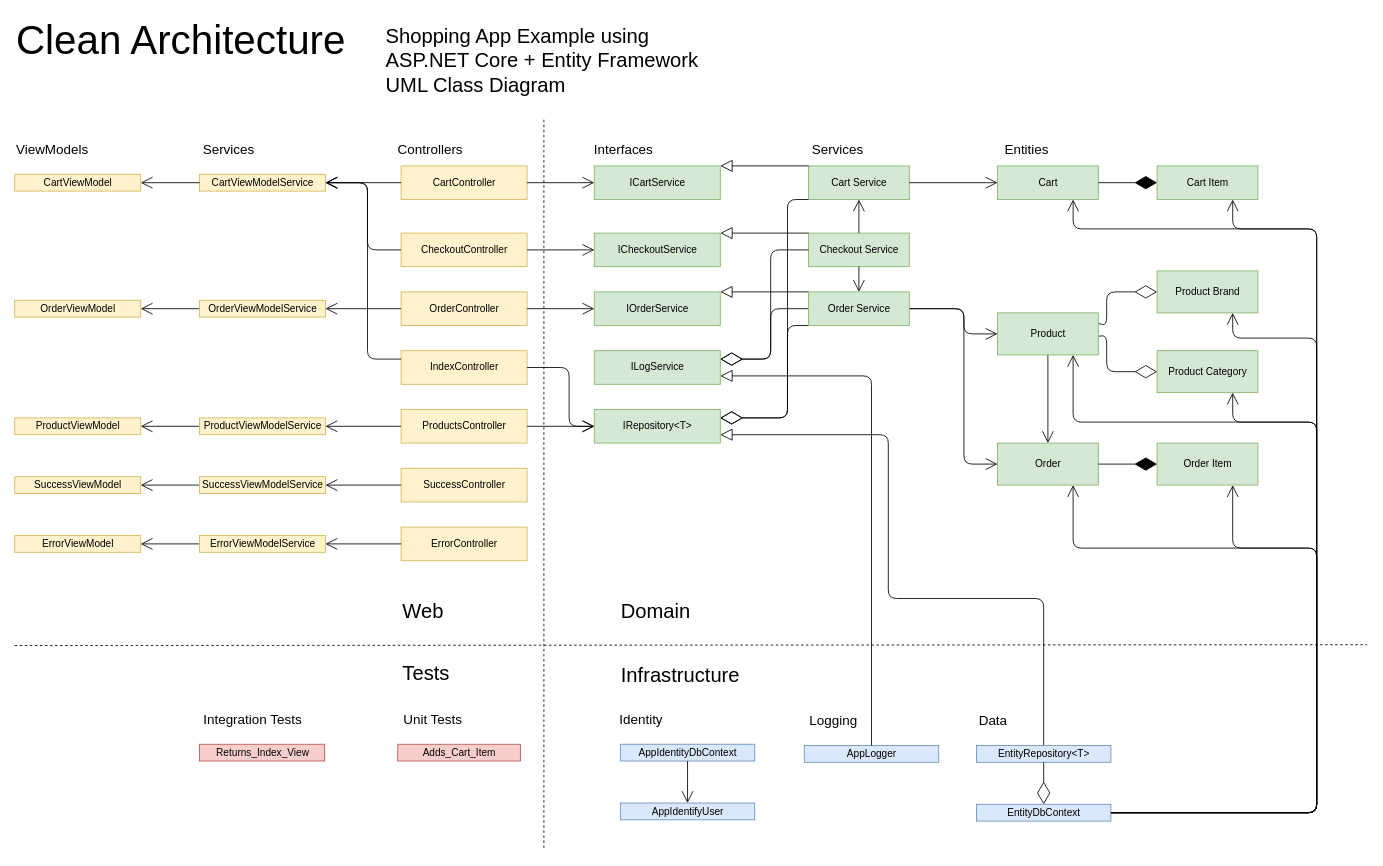
kdaquila/WoodworkingShop keeps this draw.io diagram as Clean_Architecture_Designs/Shopping_v3.drawio. Above is the earlier version. Source tidied: cells renumbered, new cells numbered last; positions are measured from the earlier drawing's top-left corner, leaving out a move shared by most shapes. Both pictures are drawn from the tidied source at 84%, with x=0, y=0 at pixel (14, 14).
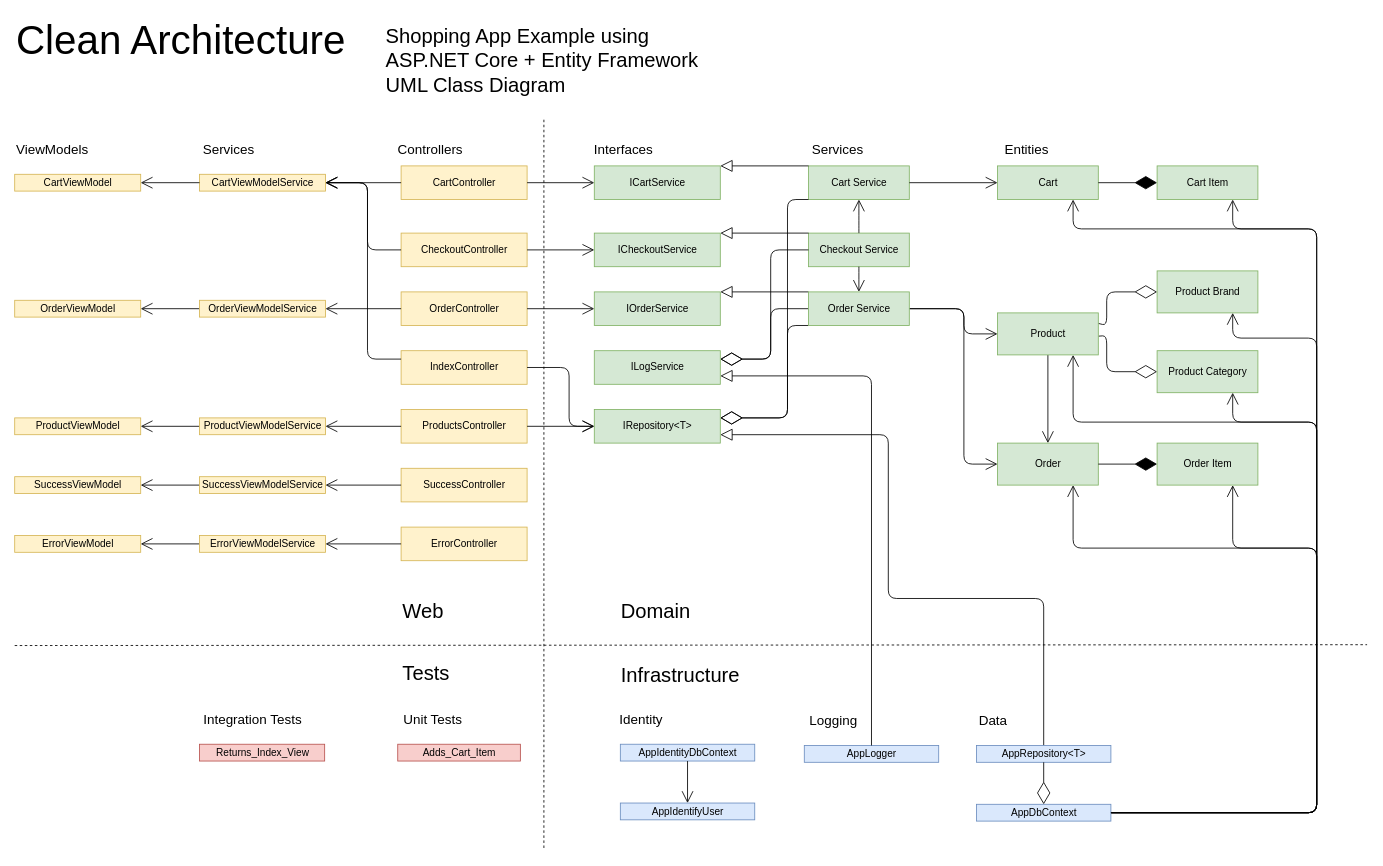
After the change.

Diff of the diagram source:
```diff
@@
-    <mxCell id="40" value="EntityDbContext" style="html=1;fillColor=#dae8fc;strokeColor=#6c8ebf;" parent="1" vertex="1">
+    <mxCell id="40" value="AppDbContext" style="html=1;fillColor=#dae8fc;strokeColor=#6c8ebf;" parent="1" vertex="1">
       <mxGeometry x="1145" y="940" width="160" height="20" as="geometry" />
     </mxCell>
@@
-    <mxCell id="42" value="EntityRepository&amp;lt;T&amp;gt;" style="html=1;fillColor=#dae8fc;strokeColor=#6c8ebf;" parent="1" vertex="1">
+    <mxCell id="42" value="AppRepository&amp;lt;T&amp;gt;" style="html=1;fillColor=#dae8fc;strokeColor=#6c8ebf;" parent="1" vertex="1">
       <mxGeometry x="1145" y="870" width="160" height="20" as="geometry" />
     </mxCell>
```
